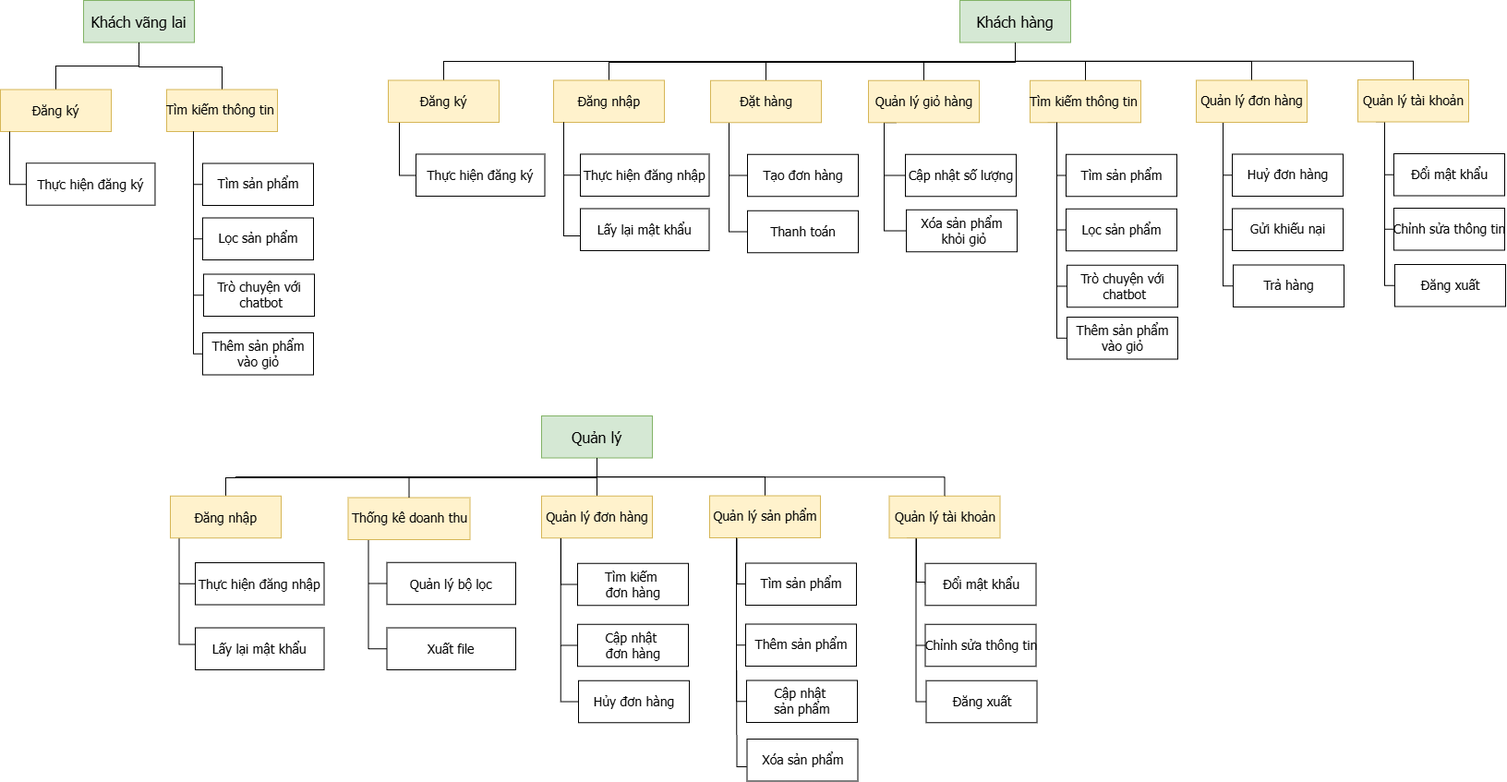
This is Doc/BFD.png from linhle123578/N2_Phat_Trien_Web, a draw.io export, as it was before one commit. Source tidied: cells renumbered, new cells last; positions are measured from the earlier drawing's top-left corner, leaving out a move shared by most shapes.
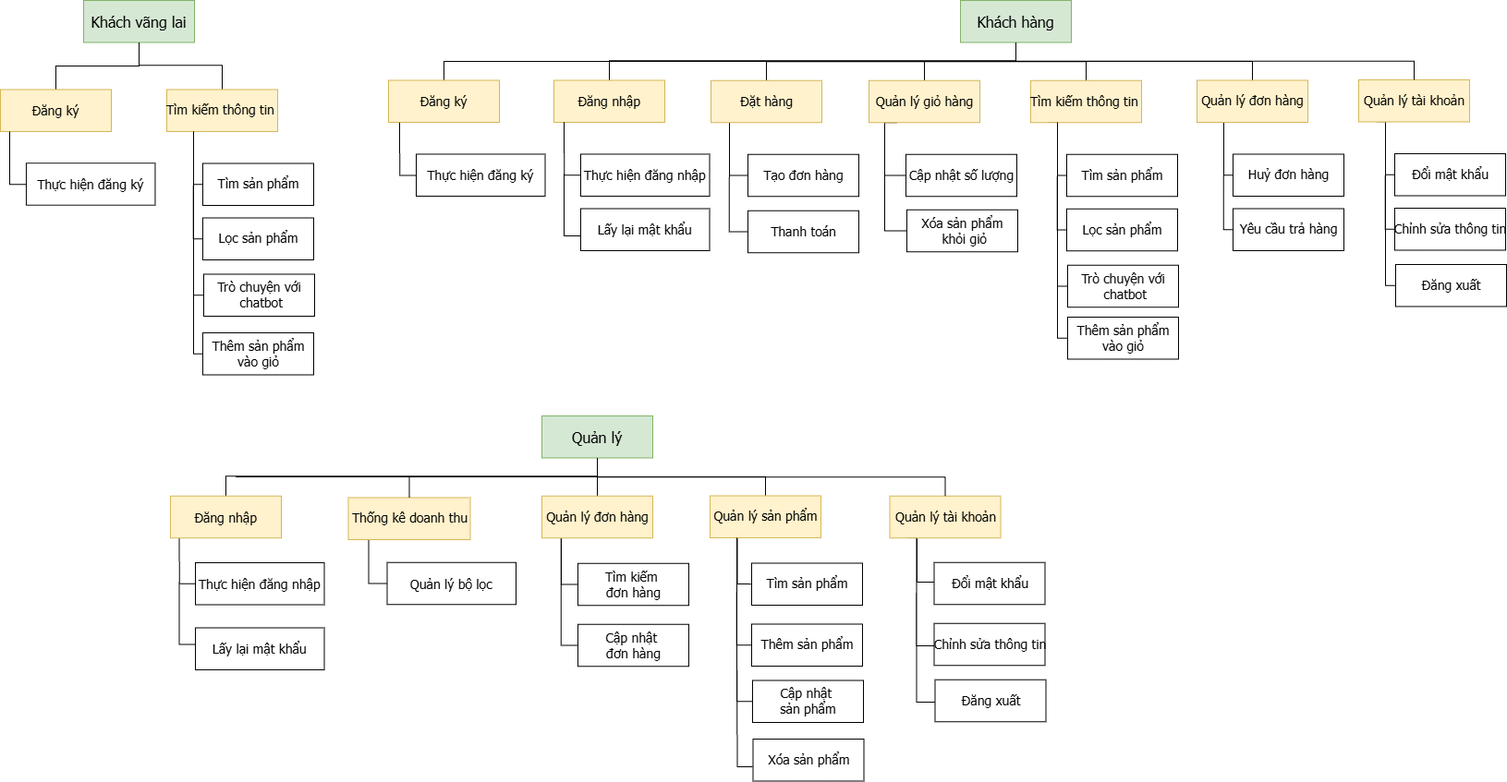
Above is the later version.

Commit message:
Chỉnh sửa BFD

What changed in the source:
```diff
@@ -138,19 +138,9 @@
     <mxCell id="35" value="Huỷ đơn hàng" style="rounded=0;fontStyle=0;fontFamily=Tahoma;fontSize=14;verticalAlign=middle;html=1;" parent="1" vertex="1">
       <mxGeometry x="1334" y="166.5" width="120" height="45.5" as="geometry" />
     </mxCell>
-    <mxCell id="36" value="Gửi khiếu nại" style="rounded=0;fontStyle=0;fontFamily=Tahoma;fontSize=14;verticalAlign=middle;html=1;" parent="1" vertex="1">
+    <mxCell id="36" value="Yêu cầu trả hàng" style="rounded=0;fontStyle=0;fontFamily=Tahoma;fontSize=14;verticalAlign=middle;html=1;" parent="1" vertex="1">
       <mxGeometry x="1334" y="225.5" width="120" height="45.5" as="geometry" />
     </mxCell>
-    <mxCell id="37" style="rounded=0;jettySize=auto;html=1;entryX=0;entryY=0.5;entryDx=0;entryDy=0;endArrow=none;endFill=0;edgeStyle=orthogonalEdgeStyle;exitX=0.242;exitY=1.021;exitDx=0;exitDy=0;exitPerimeter=0;" parent="1" edge="1" source="34" target="38">
-      <mxGeometry relative="1" as="geometry">
-        <Array as="points">
-          <mxPoint x="1324" y="309.8" />
-        </Array>
-      </mxGeometry>
-    </mxCell>
-    <mxCell id="38" value="Trả hàng" style="rounded=0;fontStyle=0;fontFamily=Tahoma;fontSize=14;verticalAlign=middle;html=1;" parent="1" vertex="1">
-      <mxGeometry x="1335" y="286.5" width="120" height="45.5" as="geometry" />
-    </mxCell>
     <mxCell id="39" style="edgeStyle=orthogonalEdgeStyle;rounded=0;jettySize=auto;html=1;exitX=0.158;exitY=0.995;exitDx=0;exitDy=0;entryX=0;entryY=0.5;entryDx=0;entryDy=0;exitPerimeter=0;endArrow=none;endFill=0;" parent="1" edge="1" source="41" target="42">
       <mxGeometry relative="1" as="geometry">
         <Array as="points">
@@ -217,9 +207,6 @@
     <mxCell id="54" style="edgeStyle=orthogonalEdgeStyle;rounded=0;jettySize=auto;html=1;exitX=0.167;exitY=1.004;exitDx=0;exitDy=0;entryX=0;entryY=0.5;entryDx=0;entryDy=0;exitPerimeter=0;endArrow=none;endFill=0;" parent="1" edge="1" source="56" target="74">
       <mxGeometry relative="1" as="geometry" />
     </mxCell>
-    <mxCell id="55" style="edgeStyle=orthogonalEdgeStyle;rounded=0;jettySize=auto;html=1;exitX=0.166;exitY=1.008;exitDx=0;exitDy=0;entryX=0;entryY=0.5;entryDx=0;entryDy=0;exitPerimeter=0;endArrow=none;endFill=0;" parent="1" edge="1" source="56" target="75">
-      <mxGeometry relative="1" as="geometry" />
-    </mxCell>
     <mxCell id="56" value="Thống kê doanh thu" style="rounded=0;fontStyle=0;fontFamily=Tahoma;fontSize=14;verticalAlign=middle;html=1;fillColor=#fff2cc;strokeColor=#d6b656;" parent="1" vertex="1">
       <mxGeometry x="376.5" y="538.5" width="132" height="45.5" as="geometry" />
     </mxCell>
@@ -248,16 +235,6 @@
     <mxCell id="61" value="&lt;div&gt;Cập nhật&amp;nbsp;&lt;/div&gt;&lt;div&gt;đơn hàng&lt;/div&gt;" style="rounded=0;fontStyle=0;fontFamily=Tahoma;fontSize=14;verticalAlign=middle;html=1;" parent="1" vertex="1">
       <mxGeometry x="625" y="675.8" width="120" height="45.5" as="geometry" />
     </mxCell>
-    <mxCell id="62" style="rounded=0;jettySize=auto;html=1;entryX=0;entryY=0.5;entryDx=0;entryDy=0;endArrow=none;endFill=0;edgeStyle=orthogonalEdgeStyle;exitX=0.173;exitY=1.006;exitDx=0;exitDy=0;exitPerimeter=0;" parent="1" edge="1" source="59" target="63">
-      <mxGeometry relative="1" as="geometry">
-        <Array as="points">
-          <mxPoint x="606.5" y="760" />
-        </Array>
-      </mxGeometry>
-    </mxCell>
-    <mxCell id="63" value="Hủy đơn hàng" style="rounded=0;fontStyle=0;fontFamily=Tahoma;fontSize=14;verticalAlign=middle;html=1;" parent="1" vertex="1">
-      <mxGeometry x="626" y="736.8" width="120" height="45.5" as="geometry" />
-    </mxCell>
     <mxCell id="64" style="edgeStyle=orthogonalEdgeStyle;rounded=0;jettySize=auto;html=1;exitX=0.158;exitY=0.995;exitDx=0;exitDy=0;entryX=0;entryY=0.5;entryDx=0;entryDy=0;exitPerimeter=0;endArrow=none;endFill=0;" parent="1" edge="1" source="66" target="67">
       <mxGeometry relative="1" as="geometry">
         <Array as="points">
@@ -278,10 +255,10 @@
       <mxGeometry x="768" y="536.5" width="120" height="45.5" as="geometry" />
     </mxCell>
     <mxCell id="67" value="Tìm sản phẩm" style="rounded=0;fontStyle=0;fontFamily=Tahoma;fontSize=14;verticalAlign=middle;html=1;" parent="1" vertex="1">
-      <mxGeometry x="807" y="609.5" width="120" height="45.5" as="geometry" />
+      <mxGeometry x="813" y="609.5" width="120" height="45.5" as="geometry" />
     </mxCell>
     <mxCell id="68" value="Thêm sản phẩm" style="rounded=0;fontStyle=0;fontFamily=Tahoma;fontSize=14;verticalAlign=middle;html=1;" parent="1" vertex="1">
-      <mxGeometry x="807" y="675.5" width="120" height="45.5" as="geometry" />
+      <mxGeometry x="813" y="675.5" width="120" height="45.5" as="geometry" />
     </mxCell>
     <mxCell id="69" style="rounded=0;jettySize=auto;html=1;entryX=0;entryY=0.5;entryDx=0;entryDy=0;endArrow=none;endFill=0;edgeStyle=orthogonalEdgeStyle;exitX=0.242;exitY=1.021;exitDx=0;exitDy=0;exitPerimeter=0;" parent="1" edge="1" source="66" target="70">
       <mxGeometry relative="1" as="geometry">
@@ -291,7 +268,7 @@
       </mxGeometry>
     </mxCell>
     <mxCell id="70" value="&lt;div&gt;Cập nhật&amp;nbsp;&lt;/div&gt;&lt;div&gt;sản phẩm&lt;/div&gt;" style="rounded=0;fontStyle=0;fontFamily=Tahoma;fontSize=14;verticalAlign=middle;html=1;" parent="1" vertex="1">
-      <mxGeometry x="808" y="736.5" width="120" height="45.5" as="geometry" />
+      <mxGeometry x="814" y="736.5" width="120" height="45.5" as="geometry" />
     </mxCell>
     <mxCell id="71" style="edgeStyle=orthogonalEdgeStyle;rounded=0;orthogonalLoop=1;jettySize=auto;html=1;exitX=0.241;exitY=1.005;exitDx=0;exitDy=0;entryX=0;entryY=0.5;entryDx=0;entryDy=0;exitPerimeter=0;endArrow=none;endFill=0;" parent="1" edge="1">
       <mxGeometry relative="1" as="geometry">
@@ -315,9 +292,6 @@
     <mxCell id="74" value="Quản lý bộ lọc" style="rounded=0;fontStyle=0;fontFamily=Tahoma;fontSize=14;" parent="1" vertex="1">
       <mxGeometry x="418.5" y="608.8" width="139.5" height="45.5" as="geometry" />
     </mxCell>
-    <mxCell id="75" value="Xuất file" style="rounded=0;fontStyle=0;fontFamily=Tahoma;fontSize=14;" parent="1" vertex="1">
-      <mxGeometry x="418.5" y="679.5" width="139.5" height="45.5" as="geometry" />
-    </mxCell>
     <mxCell id="76" style="endArrow=none;html=1;rounded=0;entryX=0.5;entryY=1;entryDx=0;entryDy=0;exitX=0.5;exitY=0;exitDx=0;exitDy=0;edgeStyle=orthogonalEdgeStyle;" parent="1" edge="1" source="56" target="49">
       <mxGeometry relative="1" as="geometry">
         <Array as="points">
@@ -327,7 +301,7 @@
       </mxGeometry>
     </mxCell>
     <mxCell id="77" value="&lt;div&gt;Xóa sản phẩm&lt;/div&gt;" style="rounded=0;fontStyle=0;fontFamily=Tahoma;fontSize=14;verticalAlign=middle;html=1;" parent="1" vertex="1">
-      <mxGeometry x="808.5" y="800" width="120" height="45.5" as="geometry" />
+      <mxGeometry x="814.5" y="800" width="120" height="45.5" as="geometry" />
     </mxCell>
     <mxCell id="78" style="rounded=0;jettySize=auto;html=1;entryX=-0.002;entryY=0.656;entryDx=0;entryDy=0;endArrow=none;endFill=0;edgeStyle=orthogonalEdgeStyle;exitX=0.25;exitY=1;exitDx=0;exitDy=0;entryPerimeter=0;" parent="1" edge="1" target="77">
       <mxGeometry relative="1" as="geometry">
@@ -340,12 +314,11 @@
         </Array>
       </mxGeometry>
     </mxCell>
-    <mxCell id="79" style="edgeStyle=orthogonalEdgeStyle;rounded=0;jettySize=auto;html=1;exitX=0.158;exitY=0.995;exitDx=0;exitDy=0;entryX=0;entryY=0.5;entryDx=0;entryDy=0;exitPerimeter=0;endArrow=none;endFill=0;" parent="1" edge="1" source="81" target="82">
+    <mxCell id="79" style="edgeStyle=orthogonalEdgeStyle;rounded=0;jettySize=auto;html=1;exitX=0.158;exitY=0.995;exitDx=0;exitDy=0;entryX=0;entryY=0.467;entryDx=0;entryDy=0;exitPerimeter=0;endArrow=none;endFill=0;entryPerimeter=0;" parent="1" edge="1" source="81" target="82">
       <mxGeometry relative="1" as="geometry">
         <Array as="points">
           <mxPoint x="992" y="582" />
           <mxPoint x="992" y="630" />
-          <mxPoint x="1002" y="630" />
         </Array>
       </mxGeometry>
     </mxCell>
@@ -360,20 +333,21 @@
       <mxGeometry x="962.5" y="536.8" width="120" height="45.5" as="geometry" />
     </mxCell>
     <mxCell id="82" value="Đổi mật khẩu" style="rounded=0;fontStyle=0;fontFamily=Tahoma;fontSize=14;verticalAlign=middle;html=1;" parent="1" vertex="1">
-      <mxGeometry x="1001.5" y="609.8" width="120" height="45.5" as="geometry" />
+      <mxGeometry x="1010.5" y="608.8" width="120" height="45.5" as="geometry" />
     </mxCell>
     <mxCell id="83" value="Chỉnh sửa thông tin" style="rounded=0;fontStyle=0;fontFamily=Tahoma;fontSize=14;verticalAlign=middle;html=1;" parent="1" vertex="1">
-      <mxGeometry x="1001.5" y="675.8" width="120" height="45.5" as="geometry" />
+      <mxGeometry x="1010.5" y="674.8" width="120" height="45.5" as="geometry" />
     </mxCell>
     <mxCell id="84" style="rounded=0;jettySize=auto;html=1;entryX=0;entryY=0.5;entryDx=0;entryDy=0;endArrow=none;endFill=0;edgeStyle=orthogonalEdgeStyle;exitX=0.242;exitY=1.021;exitDx=0;exitDy=0;exitPerimeter=0;" parent="1" edge="1" source="81" target="85">
       <mxGeometry relative="1" as="geometry">
         <Array as="points">
-          <mxPoint x="991.5" y="760" />
+          <mxPoint x="992" y="760" />
+          <mxPoint x="1012" y="760" />
         </Array>
       </mxGeometry>
     </mxCell>
     <mxCell id="85" value="Đăng xuất" style="rounded=0;fontStyle=0;fontFamily=Tahoma;fontSize=14;verticalAlign=middle;html=1;" parent="1" vertex="1">
-      <mxGeometry x="1002.5" y="736.8" width="120" height="45.5" as="geometry" />
+      <mxGeometry x="1011.5" y="735.8" width="120" height="45.5" as="geometry" />
     </mxCell>
     <mxCell id="86" style="edgeStyle=orthogonalEdgeStyle;rounded=0;jettySize=auto;html=1;exitX=0.5;exitY=1;exitDx=0;exitDy=0;endArrow=none;endFill=0;entryX=0.5;entryY=0;entryDx=0;entryDy=0;" parent="1" edge="1" source="49" target="81">
       <mxGeometry relative="1" as="geometry" />
```
